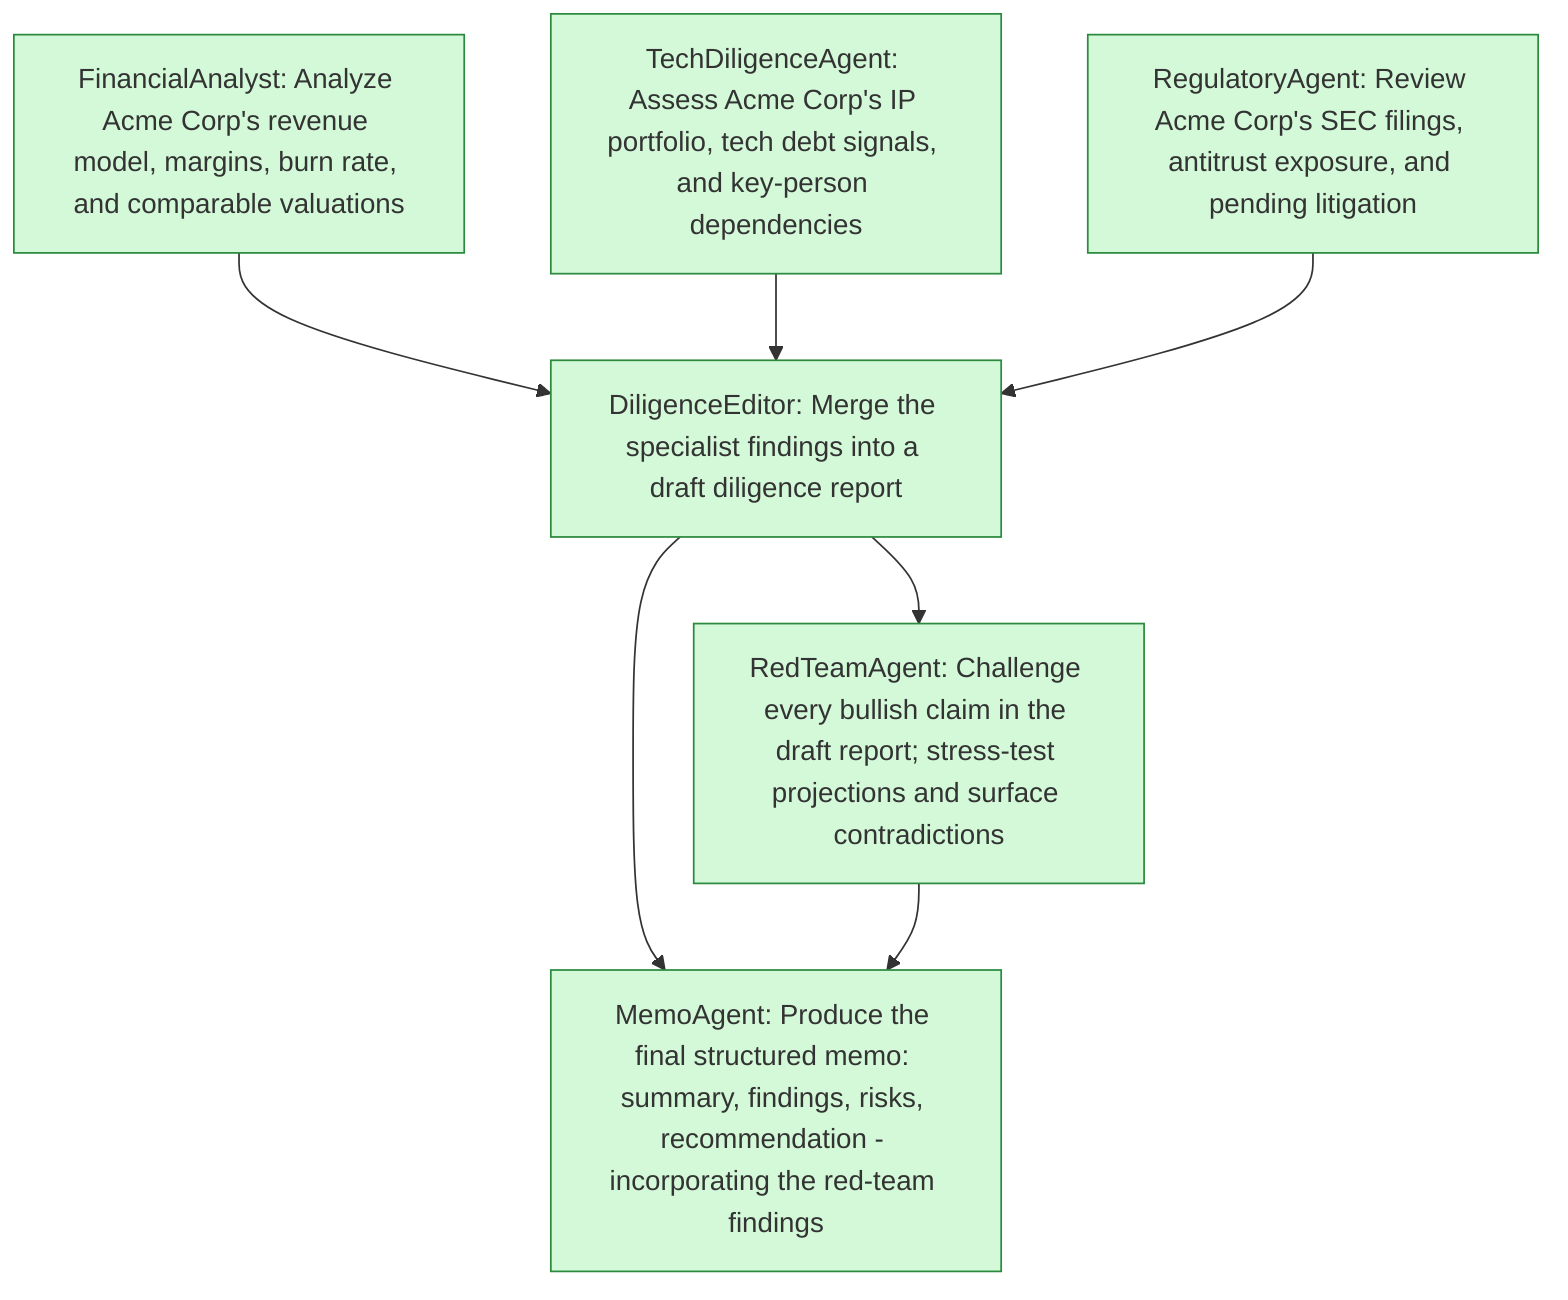
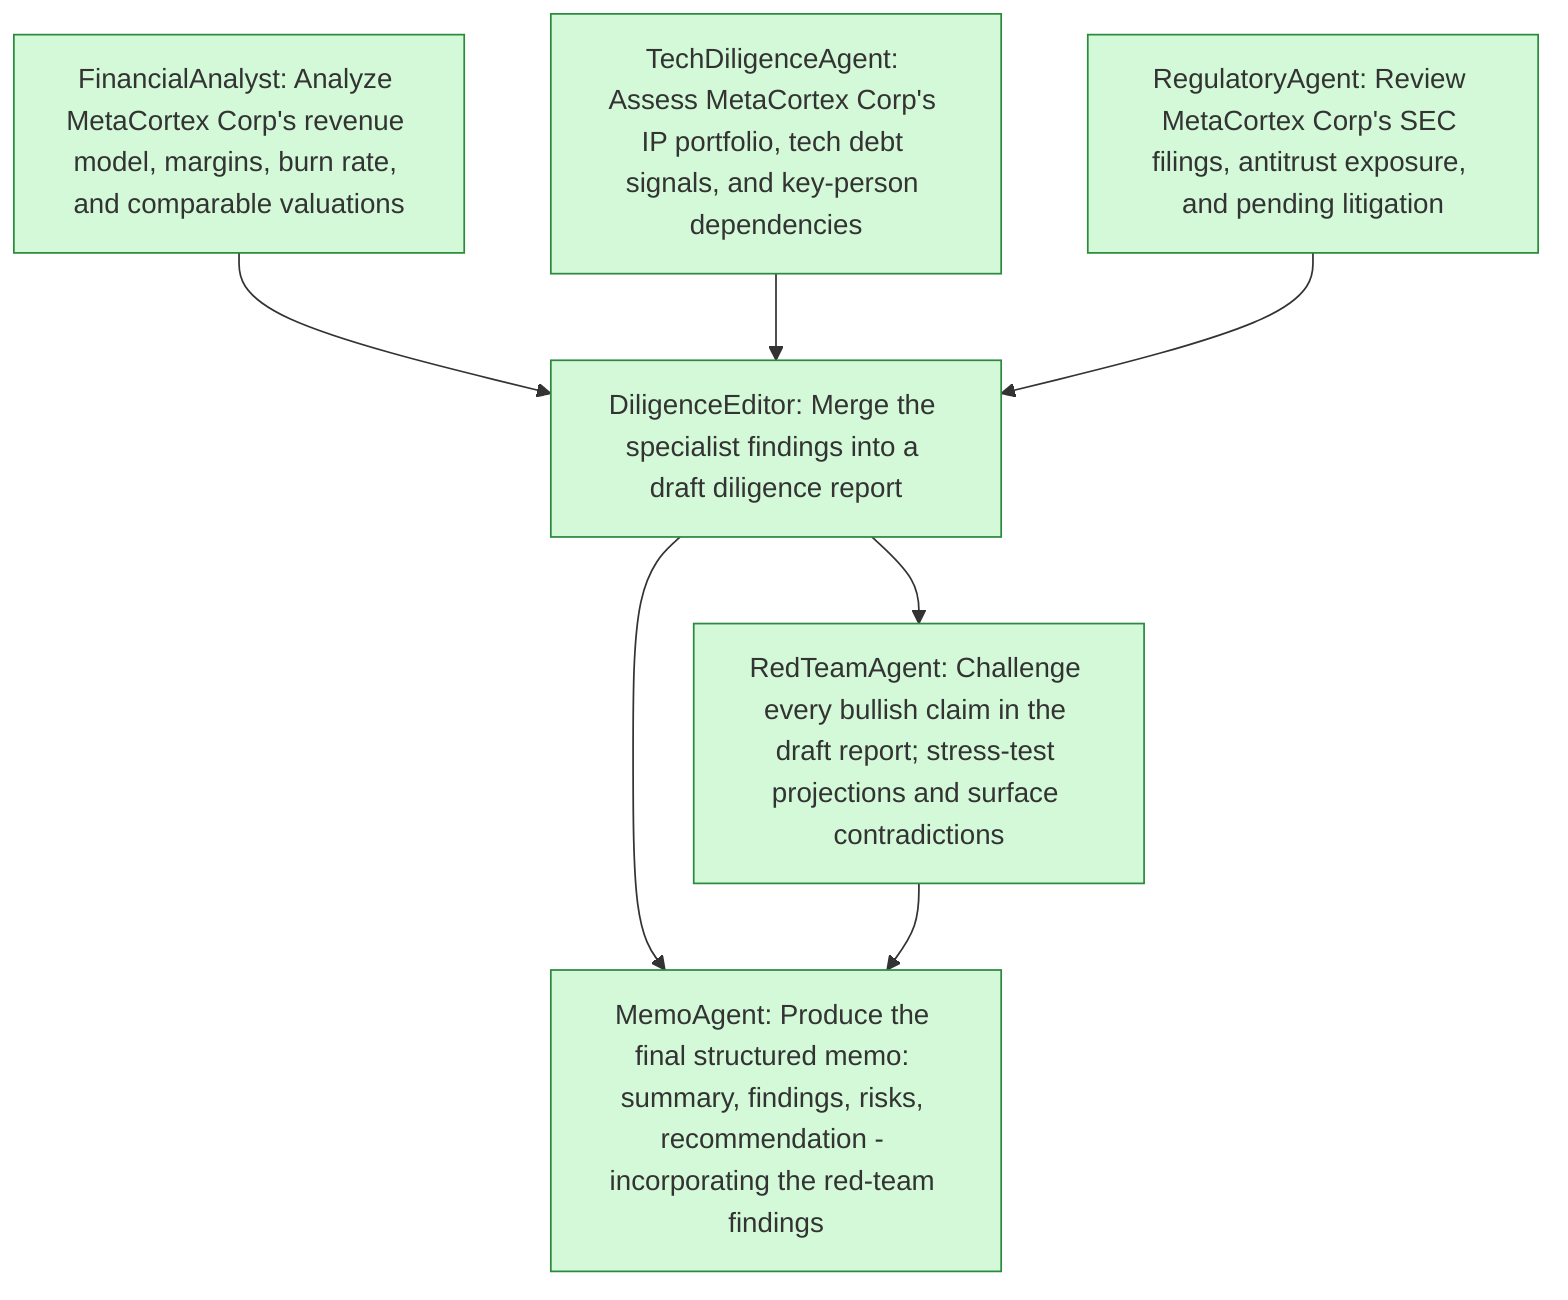
flowchart TD
-     financial["FinancialAnalyst: Analyze Acme Corp's revenue model, margins, burn rate, and comparable valuations"]
-     technical["TechDiligenceAgent: Assess Acme Corp's IP portfolio, tech debt signals, and key-person dependencies"]
-     regulatory["RegulatoryAgent: Review Acme Corp's SEC filings, antitrust exposure, and pending litigation"]
+     financial["FinancialAnalyst: Analyze MetaCortex Corp's revenue model, margins, burn rate, and comparable valuations"]
+     technical["TechDiligenceAgent: Assess MetaCortex Corp's IP portfolio, tech debt signals, and key-person dependencies"]
+     regulatory["RegulatoryAgent: Review MetaCortex Corp's SEC filings, antitrust exposure, and pending litigation"]
    draft["DiligenceEditor: Merge the specialist findings into a draft diligence report"]
    redteam["RedTeamAgent: Challenge every bullish claim in the draft report; stress-test projections and surface contradictions"]
    memo["MemoAgent: Produce the final structured memo: summary, findings, risks, recommendation - incorporating the red-team findings"]
    financial --> draft
    technical --> draft
    regulatory --> draft
    draft --> redteam
    draft --> memo
    redteam --> memo
    classDef done fill:#d3f9d8,stroke:#2b8a3e
    classDef failed fill:#ffe3e3,stroke:#c92a2a
    classDef skipped fill:#e9ecef,stroke:#868e96
    classDef running fill:#fff3bf,stroke:#e67700
    class financial,technical,regulatory,draft,redteam,memo done
